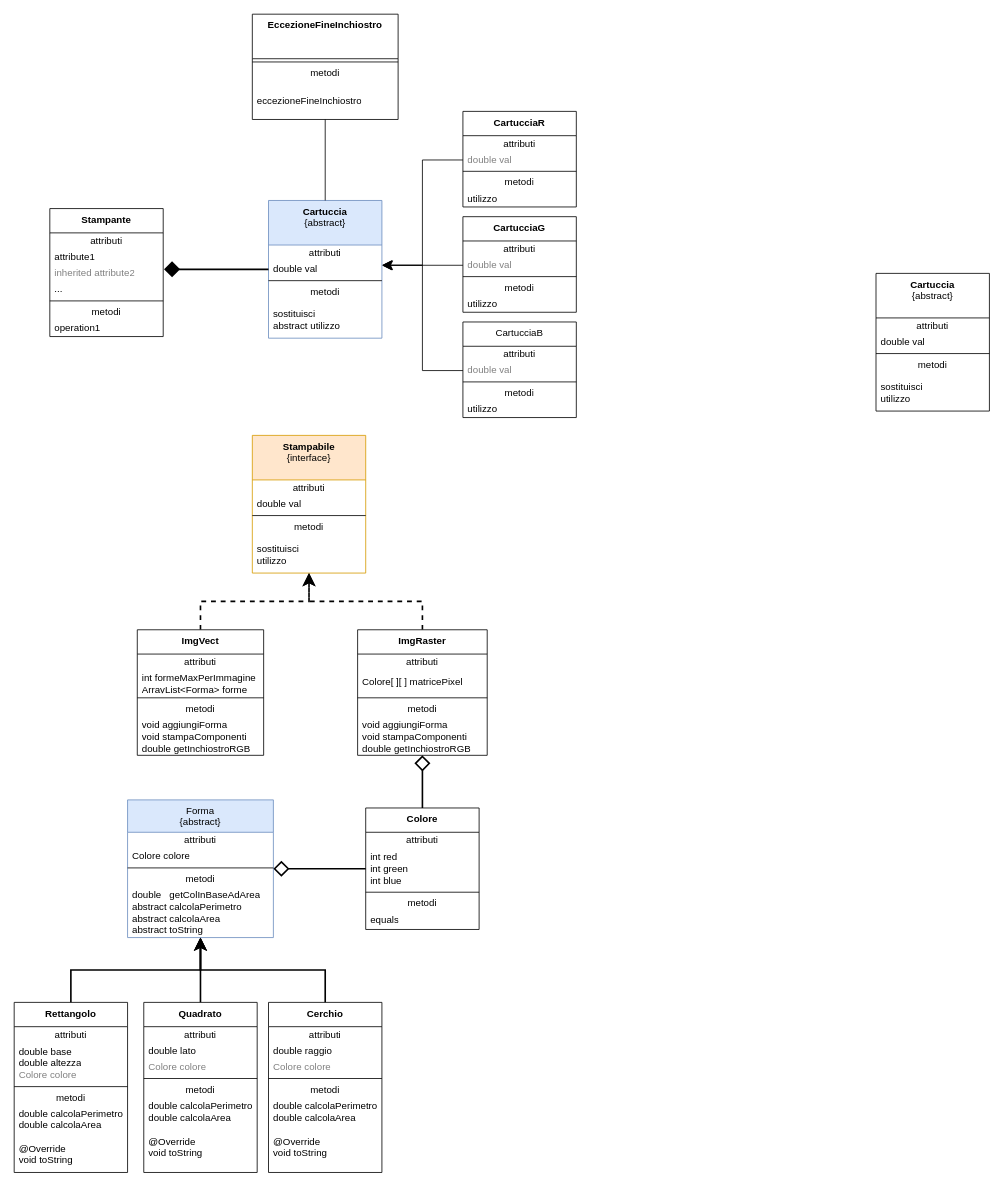
ilDema/Stampante keeps this draw.io diagram as UML di stampante.drawio. Above is the earlier version. Source tidied: cells renumbered, new cells numbered last; positions are measured from the earlier drawing's top-left corner, leaving out a move shared by most shapes. Both pictures are drawn from the tidied source at 81%, with x=0, y=0 at pixel (14, 14).
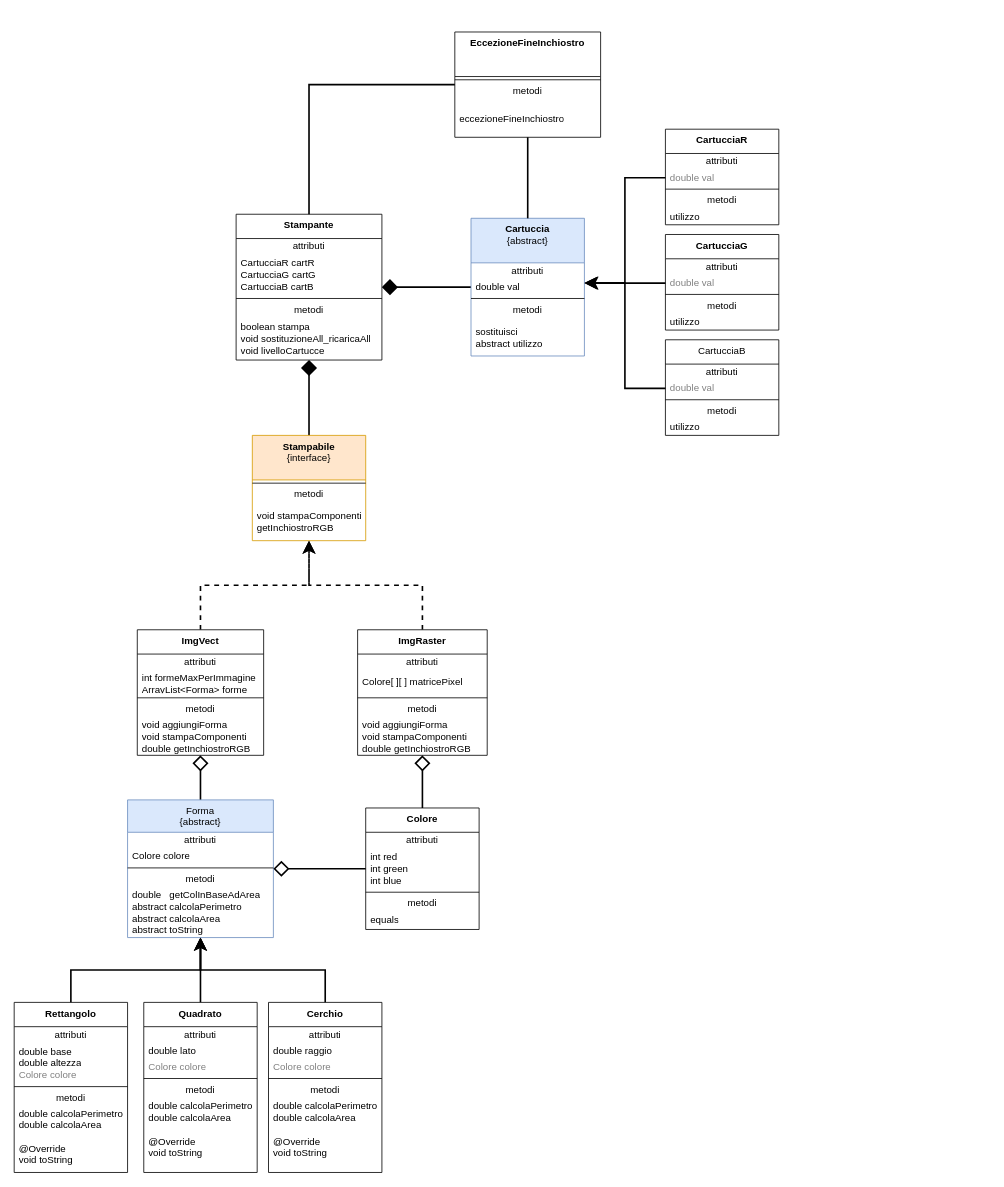
The same diagram, later.

The change refers to these unchanged cells:
```xml
<mxCell id="19" value="double val" style="text;html=1;strokeColor=none;fillColor=none;align=left;verticalAlign=middle;spacingLeft=4;spacingRight=4;overflow=hidden;points=[[0,0.5],[1,0.5]];portConstraint=eastwest;whiteSpace=wrap;" parent="17" vertex="1">
  <mxGeometry y="75" width="140" height="20" as="geometry" />
</mxCell>
<mxCell id="26" value="double val" style="text;html=1;strokeColor=none;fillColor=none;align=left;verticalAlign=middle;spacingLeft=4;spacingRight=4;overflow=hidden;points=[[0,0.5],[1,0.5]];portConstraint=eastwest;fontColor=#808080;whiteSpace=wrap;" parent="23" vertex="1">
  <mxGeometry y="50" width="140" height="20" as="geometry" />
</mxCell>
<mxCell id="32" value="double val" style="text;html=1;strokeColor=none;fillColor=none;align=left;verticalAlign=middle;spacingLeft=4;spacingRight=4;overflow=hidden;points=[[0,0.5],[1,0.5]];portConstraint=eastwest;fontColor=#808080;whiteSpace=wrap;" parent="30" vertex="1">
  <mxGeometry y="50" width="140" height="20" as="geometry" />
</mxCell>
<mxCell id="38" value="double val" style="text;html=1;strokeColor=none;fillColor=none;align=left;verticalAlign=middle;spacingLeft=4;spacingRight=4;overflow=hidden;points=[[0,0.5],[1,0.5]];portConstraint=eastwest;fontColor=#808080;whiteSpace=wrap;" parent="36" vertex="1">
  <mxGeometry y="50" width="140" height="20" as="geometry" />
</mxCell>
<mxCell id="61" value="&lt;b&gt;ImgVect&lt;/b&gt;" style="swimlane;fontStyle=0;align=center;verticalAlign=top;horizontal=1;startSize=30;html=1;whiteSpace=wrap;" parent="1" vertex="1">
  <mxGeometry x="152" y="760" width="156" height="155" as="geometry" />
</mxCell>
<mxCell id="92" value="Forma&lt;br&gt;{abstract}" style="swimlane;fontStyle=0;align=center;verticalAlign=top;horizontal=1;startSize=40;html=1;whiteSpace=wrap;fillColor=#dae8fc;strokeColor=#6c8ebf;" parent="1" vertex="1">
  <mxGeometry x="140" y="970" width="180" height="170" as="geometry" />
</mxCell>
```

What changed in the source:
```diff
@@
     <mxCell id="9" value="&lt;b&gt;Stampante&lt;/b&gt;&lt;div&gt;&lt;br/&gt;&lt;/div&gt;" style="swimlane;fontStyle=0;align=center;verticalAlign=top;horizontal=1;startSize=30;html=1;whiteSpace=wrap;" parent="1" vertex="1">
-      <mxGeometry x="44" y="240" width="140" height="158" as="geometry" />
+      <mxGeometry x="274" y="247" width="180" height="180" as="geometry" />
     </mxCell>
     <mxCell id="10" value="attributi" style="text;html=1;strokeColor=none;fillColor=none;align=center;verticalAlign=middle;spacingLeft=4;spacingRight=4;overflow=hidden;whiteSpace=wrap;" parent="9" vertex="1">
-      <mxGeometry y="30" width="140" height="20" as="geometry" />
+      <mxGeometry y="30" width="180" height="20" as="geometry" />
     </mxCell>
-    <mxCell id="11" value="attribute1" style="text;html=1;strokeColor=none;fillColor=none;align=left;verticalAlign=middle;spacingLeft=4;spacingRight=4;overflow=hidden;whiteSpace=wrap;" parent="9" vertex="1">
-      <mxGeometry y="50" width="140" height="20" as="geometry" />
+    <mxCell id="11" value="CartucciaR cartR&lt;div&gt;CartucciaG cartG&lt;/div&gt;&lt;div&gt;CartucciaB cartB&lt;/div&gt;" style="text;html=1;strokeColor=none;fillColor=none;align=left;verticalAlign=middle;spacingLeft=4;spacingRight=4;overflow=hidden;whiteSpace=wrap;" parent="9" vertex="1">
+      <mxGeometry y="50" width="180" height="50" as="geometry" />
     </mxCell>
-    <mxCell id="12" value="inherited attribute2" style="text;html=1;strokeColor=none;fillColor=none;align=left;verticalAlign=middle;spacingLeft=4;spacingRight=4;overflow=hidden;fontColor=#808080;whiteSpace=wrap;" parent="9" vertex="1">
-      <mxGeometry y="70" width="140" height="20" as="geometry" />
-    </mxCell>
-    <mxCell id="13" value="..." style="text;html=1;strokeColor=none;fillColor=none;align=left;verticalAlign=middle;spacingLeft=4;spacingRight=4;overflow=hidden;whiteSpace=wrap;" parent="9" vertex="1">
-      <mxGeometry y="90" width="140" height="20" as="geometry" />
-    </mxCell>
     <mxCell id="14" style="line;strokeWidth=1;fillColor=none;align=left;verticalAlign=middle;spacingTop=-1;spacingLeft=3;spacingRight=3;labelPosition=right;" parent="9" vertex="1">
-      <mxGeometry y="110" width="140" height="8" as="geometry" />
+      <mxGeometry y="100" width="180" height="8" as="geometry" />
     </mxCell>
     <mxCell id="15" value="metodi" style="text;html=1;strokeColor=none;fillColor=none;align=center;verticalAlign=middle;spacingLeft=4;spacingRight=4;overflow=hidden;whiteSpace=wrap;" parent="9" vertex="1">
-      <mxGeometry y="118" width="140" height="20" as="geometry" />
+      <mxGeometry y="108" width="180" height="20" as="geometry" />
     </mxCell>
-    <mxCell id="16" value="operation1" style="text;html=1;strokeColor=none;fillColor=none;align=left;verticalAlign=middle;spacingLeft=4;spacingRight=4;overflow=hidden;whiteSpace=wrap;" parent="9" vertex="1">
-      <mxGeometry y="138" width="140" height="20" as="geometry" />
+    <mxCell id="16" value="boolean stampa&lt;div&gt;void sostituzioneAll_ricaricaAll&lt;/div&gt;&lt;div&gt;void livelloCartucce&lt;/div&gt;" style="text;html=1;strokeColor=none;fillColor=none;align=left;verticalAlign=middle;spacingLeft=4;spacingRight=4;overflow=hidden;whiteSpace=wrap;" parent="9" vertex="1">
+      <mxGeometry y="128" width="180" height="52" as="geometry" />
     </mxCell>
+    <mxCell id="106" style="edgeStyle=orthogonalEdgeStyle;shape=connector;rounded=0;jettySize=auto;html=1;strokeColor=default;strokeWidth=2;align=center;verticalAlign=middle;fontFamily=Helvetica;fontSize=11;fontColor=default;labelBackgroundColor=default;endArrow=diamond;endSize=15;endFill=1;" parent="1" edge="1" source="17" target="9">
+      <mxGeometry relative="1" as="geometry" />
+    </mxCell>
     <mxCell id="17" value="&lt;b&gt;Cartuccia&lt;/b&gt;&lt;br&gt;{abstract}" style="swimlane;fontStyle=0;align=center;verticalAlign=top;horizontal=1;startSize=55;html=1;whiteSpace=wrap;fillColor=#dae8fc;strokeColor=#6c8ebf;" parent="1" vertex="1">
-      <mxGeometry x="314" y="230" width="140" height="170" as="geometry" />
+      <mxGeometry x="564" y="252" width="140" height="170" as="geometry" />
     </mxCell>
@@
     <mxCell id="23" value="&lt;b&gt;CartucciaR&lt;/b&gt;" style="swimlane;fontStyle=0;align=center;verticalAlign=top;horizontal=1;startSize=30;html=1;whiteSpace=wrap;" parent="1" vertex="1">
-      <mxGeometry x="554" y="120" width="140" height="118" as="geometry" />
+      <mxGeometry x="804" y="142" width="140" height="118" as="geometry" />
     </mxCell>
@@
-    <mxCell id="25" style="edgeStyle=orthogonalEdgeStyle;rounded=0;jettySize=auto;html=1;exitX=0;exitY=0.5;exitDx=0;exitDy=0;endSize=10;" parent="23" edge="1" source="26">
+    <mxCell id="25" style="edgeStyle=orthogonalEdgeStyle;rounded=0;jettySize=auto;html=1;exitX=0;exitY=0.5;exitDx=0;exitDy=0;endSize=10;strokeWidth=2;" parent="23" edge="1" source="26">
       <mxGeometry relative="1" as="geometry">
         <mxPoint x="-100" y="190" as="targetPoint" />
         <Array as="points">
           <mxPoint x="-50" y="60" />
           <mxPoint x="-50" y="190" />
         </Array>
       </mxGeometry>
     </mxCell>
@@
     <mxCell id="30" value="&lt;b&gt;CartucciaG&lt;/b&gt;" style="swimlane;fontStyle=0;align=center;verticalAlign=top;horizontal=1;startSize=30;html=1;whiteSpace=wrap;" parent="1" vertex="1">
-      <mxGeometry x="554" y="250" width="140" height="118" as="geometry" />
+      <mxGeometry x="804" y="272" width="140" height="118" as="geometry" />
     </mxCell>
@@
     <mxCell id="36" value="CartucciaB" style="swimlane;fontStyle=0;align=center;verticalAlign=top;horizontal=1;startSize=30;html=1;whiteSpace=wrap;" parent="1" vertex="1">
-      <mxGeometry x="554" y="380" width="140" height="118" as="geometry" />
+      <mxGeometry x="804" y="402" width="140" height="118" as="geometry" />
     </mxCell>
@@
-    <mxCell id="42" style="edgeStyle=orthogonalEdgeStyle;rounded=0;jettySize=auto;html=1;exitX=0.5;exitY=1;exitDx=0;exitDy=0;entryX=0.5;entryY=0;entryDx=0;entryDy=0;endArrow=none;endFill=0;" parent="1" edge="1" source="43" target="17">
+    <mxCell id="42" style="edgeStyle=orthogonalEdgeStyle;rounded=0;jettySize=auto;html=1;exitX=0.5;exitY=1;exitDx=0;exitDy=0;entryX=0.5;entryY=0;entryDx=0;entryDy=0;endArrow=none;endFill=0;strokeWidth=2;" parent="1" edge="1" source="43" target="17">
       <mxGeometry relative="1" as="geometry" />
     </mxCell>
+    <mxCell id="107" style="edgeStyle=orthogonalEdgeStyle;shape=connector;rounded=0;jettySize=auto;html=1;strokeColor=default;strokeWidth=2;align=center;verticalAlign=middle;fontFamily=Helvetica;fontSize=11;fontColor=default;labelBackgroundColor=default;endArrow=none;endSize=10;endFill=0;" parent="1" edge="1" source="43" target="9">
+      <mxGeometry relative="1" as="geometry" />
+    </mxCell>
     <mxCell id="43" value="&lt;b&gt;EccezioneFineInchiostro&lt;/b&gt;" style="swimlane;fontStyle=0;align=center;verticalAlign=top;horizontal=1;startSize=55;html=1;whiteSpace=wrap;" parent="1" vertex="1">
-      <mxGeometry x="294" width="180" height="130" as="geometry" />
+      <mxGeometry x="544" y="22" width="180" height="130" as="geometry" />
     </mxCell>
@@
-    <mxCell id="47" value="&lt;b&gt;Cartuccia&lt;/b&gt;&lt;br&gt;{abstract}" style="swimlane;fontStyle=0;align=center;verticalAlign=top;horizontal=1;startSize=55;html=1;whiteSpace=wrap;" parent="1" vertex="1">
-      <mxGeometry x="1064" y="320" width="140" height="170" as="geometry" />
-    </mxCell>
-    <mxCell id="48" value="attributi" style="text;html=1;strokeColor=none;fillColor=none;align=center;verticalAlign=middle;spacingLeft=4;spacingRight=4;overflow=hidden;whiteSpace=wrap;" parent="47" vertex="1">
-      <mxGeometry y="55" width="140" height="20" as="geometry" />
-    </mxCell>
-    <mxCell id="49" value="double val" style="text;html=1;strokeColor=none;fillColor=none;align=left;verticalAlign=middle;spacingLeft=4;spacingRight=4;overflow=hidden;whiteSpace=wrap;" parent="47" vertex="1">
-      <mxGeometry y="75" width="140" height="20" as="geometry" />
-    </mxCell>
-    <mxCell id="50" style="line;strokeWidth=1;fillColor=none;align=left;verticalAlign=middle;spacingTop=-1;spacingLeft=3;spacingRight=3;labelPosition=right;" parent="47" vertex="1">
-      <mxGeometry y="95" width="140" height="8" as="geometry" />
-    </mxCell>
-    <mxCell id="51" value="metodi" style="text;html=1;strokeColor=none;fillColor=none;align=center;verticalAlign=middle;spacingLeft=4;spacingRight=4;overflow=hidden;whiteSpace=wrap;" parent="47" vertex="1">
-      <mxGeometry y="103" width="140" height="20" as="geometry" />
-    </mxCell>
-    <mxCell id="52" value="sostituisci&lt;div&gt;utilizzo&lt;/div&gt;" style="text;html=1;strokeColor=none;fillColor=none;align=left;verticalAlign=middle;spacingLeft=4;spacingRight=4;overflow=hidden;whiteSpace=wrap;" parent="47" vertex="1">
-      <mxGeometry y="123" width="140" height="47" as="geometry" />
-    </mxCell>
@@
+    <mxCell id="108" style="edgeStyle=orthogonalEdgeStyle;shape=connector;rounded=0;jettySize=auto;html=1;strokeColor=default;strokeWidth=2;align=center;verticalAlign=middle;fontFamily=Helvetica;fontSize=11;fontColor=default;labelBackgroundColor=default;endArrow=diamond;endSize=15;endFill=1;" parent="1" edge="1" source="67" target="9">
+      <mxGeometry relative="1" as="geometry" />
+    </mxCell>
     <mxCell id="67" value="&lt;b&gt;Stampabile&lt;/b&gt;&lt;div&gt;{interface}&lt;/div&gt;" style="swimlane;fontStyle=0;align=center;verticalAlign=top;horizontal=1;startSize=55;html=1;whiteSpace=wrap;fillColor=#ffe6cc;strokeColor=#d79b00;" parent="1" vertex="1">
-      <mxGeometry x="294" y="520" width="140" height="170" as="geometry" />
+      <mxGeometry x="294" y="520" width="140" height="130" as="geometry" />
     </mxCell>
-    <mxCell id="68" value="attributi" style="text;html=1;strokeColor=none;fillColor=none;align=center;verticalAlign=middle;spacingLeft=4;spacingRight=4;overflow=hidden;whiteSpace=wrap;" parent="67" vertex="1">
-      <mxGeometry y="55" width="140" height="20" as="geometry" />
-    </mxCell>
-    <mxCell id="69" value="double val" style="text;html=1;strokeColor=none;fillColor=none;align=left;verticalAlign=middle;spacingLeft=4;spacingRight=4;overflow=hidden;whiteSpace=wrap;" parent="67" vertex="1">
-      <mxGeometry y="75" width="140" height="20" as="geometry" />
-    </mxCell>
     <mxCell id="70" style="line;strokeWidth=1;fillColor=none;align=left;verticalAlign=middle;spacingTop=-1;spacingLeft=3;spacingRight=3;labelPosition=right;" parent="67" vertex="1">
-      <mxGeometry y="95" width="140" height="8" as="geometry" />
+      <mxGeometry y="55" width="140" height="8" as="geometry" />
     </mxCell>
     <mxCell id="71" value="metodi" style="text;html=1;strokeColor=none;fillColor=none;align=center;verticalAlign=middle;spacingLeft=4;spacingRight=4;overflow=hidden;whiteSpace=wrap;" parent="67" vertex="1">
-      <mxGeometry y="103" width="140" height="20" as="geometry" />
+      <mxGeometry y="63" width="140" height="20" as="geometry" />
     </mxCell>
-    <mxCell id="72" value="sostituisci&lt;div&gt;utilizzo&lt;/div&gt;" style="text;html=1;strokeColor=none;fillColor=none;align=left;verticalAlign=middle;spacingLeft=4;spacingRight=4;overflow=hidden;whiteSpace=wrap;" parent="67" vertex="1">
-      <mxGeometry y="123" width="140" height="47" as="geometry" />
+    <mxCell id="72" value="void stampaComponenti&lt;div&gt;getInchiostroRGB&lt;/div&gt;" style="text;html=1;strokeColor=none;fillColor=none;align=left;verticalAlign=middle;spacingLeft=4;spacingRight=4;overflow=hidden;whiteSpace=wrap;" parent="67" vertex="1">
+      <mxGeometry y="83" width="140" height="47" as="geometry" />
     </mxCell>
-    <mxCell id="73" style="edgeStyle=orthogonalEdgeStyle;rounded=0;jettySize=auto;html=1;exitX=0;exitY=0.5;exitDx=0;exitDy=0;entryX=1.008;entryY=0.25;entryDx=0;entryDy=0;entryPerimeter=0;endSize=10;" parent="1" edge="1" source="32" target="19">
+    <mxCell id="73" style="edgeStyle=orthogonalEdgeStyle;rounded=0;jettySize=auto;html=1;exitX=0;exitY=0.5;exitDx=0;exitDy=0;entryX=1.008;entryY=0.25;entryDx=0;entryDy=0;entryPerimeter=0;endSize=10;strokeWidth=2;" parent="1" edge="1" source="32" target="19">
       <mxGeometry relative="1" as="geometry" />
     </mxCell>
-    <mxCell id="74" style="edgeStyle=orthogonalEdgeStyle;rounded=0;jettySize=auto;html=1;exitX=0;exitY=0.5;exitDx=0;exitDy=0;entryX=1;entryY=0.25;entryDx=0;entryDy=0;entryPerimeter=0;endSize=10;" parent="1" edge="1" source="38" target="19">
+    <mxCell id="74" style="edgeStyle=orthogonalEdgeStyle;rounded=0;jettySize=auto;html=1;exitX=0;exitY=0.5;exitDx=0;exitDy=0;entryX=1;entryY=0.25;entryDx=0;entryDy=0;entryPerimeter=0;endSize=10;strokeWidth=2;" parent="1" edge="1" source="38" target="19">
       <mxGeometry relative="1" as="geometry" />
     </mxCell>
-    <mxCell id="75" style="edgeStyle=orthogonalEdgeStyle;rounded=0;jettySize=auto;html=1;exitX=0;exitY=0.5;exitDx=0;exitDy=0;endArrow=diamond;endFill=1;strokeWidth=2;targetPerimeterSpacing=0;endSize=15;" parent="1" edge="1" source="19">
-      <mxGeometry relative="1" as="geometry">
-        <mxPoint x="185" y="315" as="targetPoint" />
-      </mxGeometry>
-    </mxCell>
@@
+    <mxCell id="109" style="edgeStyle=orthogonalEdgeStyle;shape=connector;rounded=0;jettySize=auto;html=1;strokeColor=default;strokeWidth=2;align=center;verticalAlign=middle;fontFamily=Helvetica;fontSize=11;fontColor=default;labelBackgroundColor=default;endArrow=diamond;endSize=15;endFill=0;" parent="1" edge="1" source="92" target="61">
+      <mxGeometry relative="1" as="geometry" />
+    </mxCell>
```
